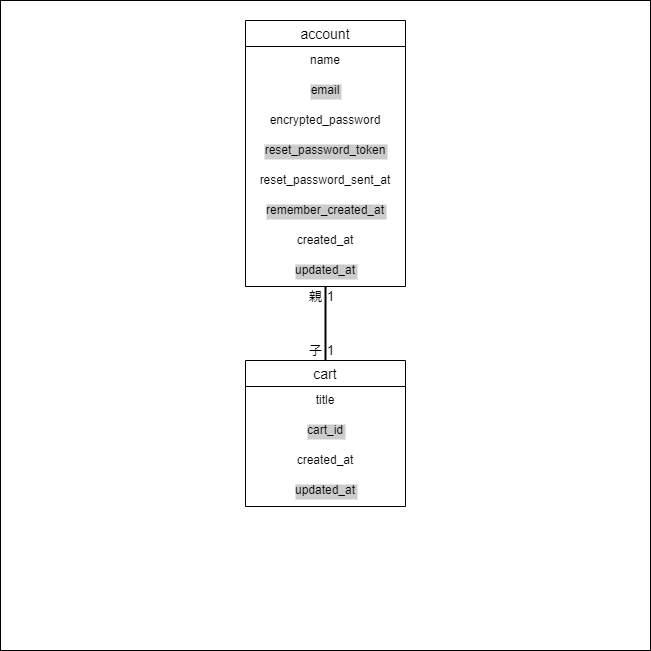
Above: データベース設計図.png in jokertennis/webapp (draw.io), before the change. Source tidied: cells renumbered, new cells last; positions are measured from the earlier drawing's top-left corner, leaving out a move shared by most shapes.
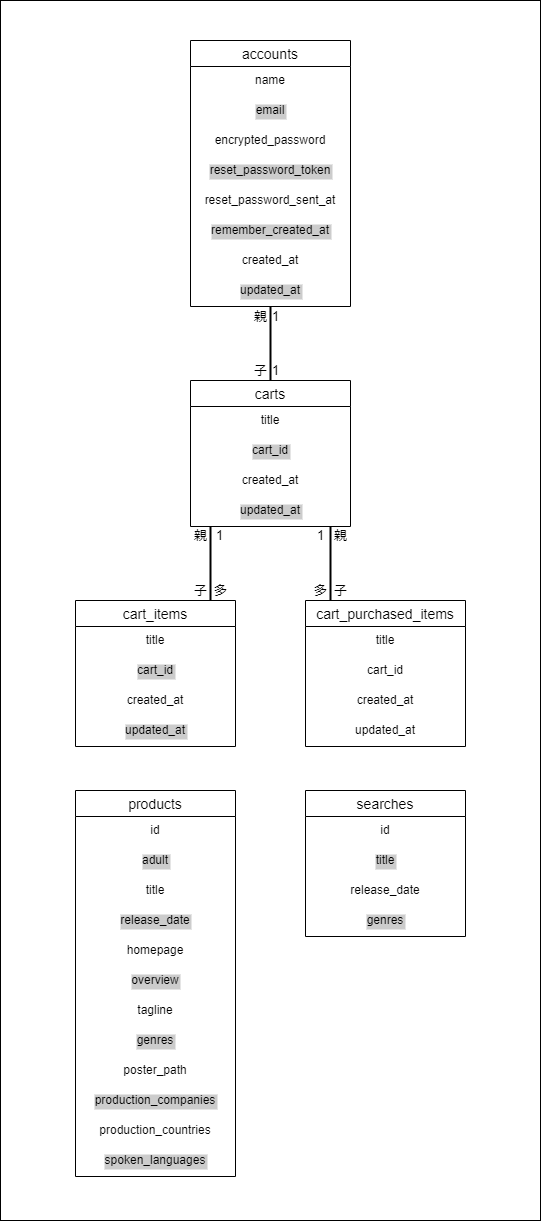
After the change.

Commit message:
Update データベース設計図.png

Change to the diagram source:
```diff
@@ -2,13 +2,13 @@
   <root>
     <mxCell id="0" />
     <mxCell id="1" parent="0" />
-    <mxCell id="2" style="whiteSpace=wrap;html=1;" parent="1" vertex="1">
-      <mxGeometry width="650" height="650" as="geometry" />
-    </mxCell>
+    <mxCell id="22" style="verticalLabelPosition=bottom;verticalAlign=top;html=1;shape=mxgraph.basic.rect;fillColor2=none;strokeWidth=1;size=20;indent=5;labelBackgroundColor=#CCCCCC;fontSize=13;align=center;" parent="1" vertex="1">
+      <mxGeometry x="55" y="-20" width="540" height="1220" as="geometry" />
+    </mxCell>
     <mxCell id="3" style="line;strokeWidth=2;direction=south;html=1;labelBackgroundColor=none;fontSize=13;align=center;" parent="1" vertex="1">
       <mxGeometry x="320" y="286" width="10" height="74" as="geometry" />
     </mxCell>
-    <mxCell id="4" value="account" style="swimlane;fontStyle=0;horizontal=1;startSize=26;align=center;fontSize=14;" parent="1" vertex="1">
+    <mxCell id="4" value="accounts" style="swimlane;fontStyle=0;horizontal=1;startSize=26;align=center;fontSize=14;" parent="1" vertex="1">
       <mxGeometry x="245" y="20" width="160" height="266" as="geometry" />
     </mxCell>
     <mxCell id="5" value="name&#10;" style="text;strokeColor=none;fillColor=none;spacingLeft=4;spacingRight=4;overflow=hidden;fontSize=12;align=center;" parent="4" vertex="1">
@@ -35,7 +35,7 @@
     <mxCell id="12" value="updated_at" style="text;strokeColor=none;fillColor=none;spacingLeft=4;spacingRight=4;overflow=hidden;fontSize=12;align=center;labelBackgroundColor=#CCCCCC;" parent="4" vertex="1">
       <mxGeometry y="236" width="160" height="30" as="geometry" />
     </mxCell>
-    <mxCell id="13" value="cart" style="swimlane;fontStyle=0;horizontal=1;startSize=26;align=center;fontSize=14;labelBackgroundColor=none;" parent="1" vertex="1">
+    <mxCell id="13" value="carts" style="swimlane;fontStyle=0;horizontal=1;startSize=26;align=center;fontSize=14;labelBackgroundColor=none;" parent="1" vertex="1">
       <mxGeometry x="245" y="360" width="160" height="146" as="geometry" />
     </mxCell>
     <mxCell id="14" value="title" style="text;strokeColor=none;fillColor=none;spacingLeft=4;spacingRight=4;overflow=hidden;fontSize=12;align=center;" parent="13" vertex="1">
@@ -62,5 +62,119 @@
     <mxCell id="21" value="子" style="text;html=1;align=center;verticalAlign=middle;fontSize=13;" parent="1" vertex="1">
       <mxGeometry x="300" y="340" width="30" height="20" as="geometry" />
     </mxCell>
+    <mxCell id="23" style="line;strokeWidth=2;direction=south;html=1;labelBackgroundColor=none;fontSize=13;align=center;" parent="1" vertex="1">
+      <mxGeometry x="260" y="506" width="10" height="74" as="geometry" />
+    </mxCell>
+    <mxCell id="24" value="cart_items" style="swimlane;fontStyle=0;horizontal=1;startSize=26;align=center;fontSize=14;labelBackgroundColor=none;" parent="1" vertex="1">
+      <mxGeometry x="130" y="580" width="160" height="146" as="geometry" />
+    </mxCell>
+    <mxCell id="25" value="title" style="text;strokeColor=none;fillColor=none;spacingLeft=4;spacingRight=4;overflow=hidden;fontSize=12;align=center;" parent="24" vertex="1">
+      <mxGeometry y="26" width="160" height="30" as="geometry" />
+    </mxCell>
+    <mxCell id="26" value="cart_id" style="text;strokeColor=none;fillColor=none;spacingLeft=4;spacingRight=4;overflow=hidden;fontSize=12;align=center;labelBackgroundColor=#CCCCCC;" parent="24" vertex="1">
+      <mxGeometry y="56" width="160" height="30" as="geometry" />
+    </mxCell>
+    <mxCell id="27" value="created_at" style="text;strokeColor=none;fillColor=none;spacingLeft=4;spacingRight=4;overflow=hidden;fontSize=12;align=center;" parent="24" vertex="1">
+      <mxGeometry y="86" width="160" height="30" as="geometry" />
+    </mxCell>
+    <mxCell id="28" value="updated_at" style="text;strokeColor=none;fillColor=none;spacingLeft=4;spacingRight=4;overflow=hidden;fontSize=12;align=center;labelBackgroundColor=#CCCCCC;" parent="24" vertex="1">
+      <mxGeometry y="116" width="160" height="30" as="geometry" />
+    </mxCell>
+    <mxCell id="29" value="cart_purchased_items" style="swimlane;fontStyle=0;horizontal=1;startSize=26;align=center;fontSize=14;labelBackgroundColor=none;" parent="1" vertex="1">
+      <mxGeometry x="360" y="580" width="160" height="146" as="geometry" />
+    </mxCell>
+    <mxCell id="30" value="title" style="text;strokeColor=none;fillColor=none;spacingLeft=4;spacingRight=4;overflow=hidden;fontSize=12;align=center;" parent="29" vertex="1">
+      <mxGeometry y="26" width="160" height="30" as="geometry" />
+    </mxCell>
+    <mxCell id="31" value="cart_id" style="text;strokeColor=none;fillColor=none;spacingLeft=4;spacingRight=4;overflow=hidden;fontSize=12;align=center;" parent="29" vertex="1">
+      <mxGeometry y="56" width="160" height="30" as="geometry" />
+    </mxCell>
+    <mxCell id="32" value="created_at" style="text;strokeColor=none;fillColor=none;spacingLeft=4;spacingRight=4;overflow=hidden;fontSize=12;align=center;" parent="29" vertex="1">
+      <mxGeometry y="86" width="160" height="30" as="geometry" />
+    </mxCell>
+    <mxCell id="33" value="updated_at" style="text;strokeColor=none;fillColor=none;spacingLeft=4;spacingRight=4;overflow=hidden;fontSize=12;align=center;" parent="29" vertex="1">
+      <mxGeometry y="116" width="160" height="30" as="geometry" />
+    </mxCell>
+    <mxCell id="34" style="line;strokeWidth=2;direction=south;html=1;labelBackgroundColor=none;fontSize=13;align=center;" parent="1" vertex="1">
+      <mxGeometry x="380" y="506" width="10" height="74" as="geometry" />
+    </mxCell>
+    <mxCell id="35" value="products" style="swimlane;fontStyle=0;horizontal=1;startSize=26;align=center;fontSize=14;labelBackgroundColor=none;" parent="1" vertex="1">
+      <mxGeometry x="130" y="770" width="160" height="386" as="geometry" />
+    </mxCell>
+    <mxCell id="36" value="id" style="text;strokeColor=none;fillColor=none;spacingLeft=4;spacingRight=4;overflow=hidden;fontSize=12;align=center;" parent="35" vertex="1">
+      <mxGeometry y="26" width="160" height="30" as="geometry" />
+    </mxCell>
+    <mxCell id="37" value="adult" style="text;strokeColor=none;fillColor=none;spacingLeft=4;spacingRight=4;overflow=hidden;fontSize=12;align=center;labelBackgroundColor=#CCCCCC;" parent="35" vertex="1">
+      <mxGeometry y="56" width="160" height="30" as="geometry" />
+    </mxCell>
+    <mxCell id="38" value="title" style="text;strokeColor=none;fillColor=none;spacingLeft=4;spacingRight=4;overflow=hidden;fontSize=12;align=center;" parent="35" vertex="1">
+      <mxGeometry y="86" width="160" height="30" as="geometry" />
+    </mxCell>
+    <mxCell id="39" value="release_date" style="text;strokeColor=none;fillColor=none;spacingLeft=4;spacingRight=4;overflow=hidden;fontSize=12;align=center;labelBackgroundColor=#CCCCCC;" parent="35" vertex="1">
+      <mxGeometry y="116" width="160" height="30" as="geometry" />
+    </mxCell>
+    <mxCell id="40" value="homepage" style="text;strokeColor=none;fillColor=none;spacingLeft=4;spacingRight=4;overflow=hidden;fontSize=12;align=center;" parent="35" vertex="1">
+      <mxGeometry y="146" width="160" height="30" as="geometry" />
+    </mxCell>
+    <mxCell id="41" value="overview" style="text;strokeColor=none;fillColor=none;spacingLeft=4;spacingRight=4;overflow=hidden;fontSize=12;align=center;labelBackgroundColor=#CCCCCC;" parent="35" vertex="1">
+      <mxGeometry y="176" width="160" height="30" as="geometry" />
+    </mxCell>
+    <mxCell id="42" value="tagline" style="text;strokeColor=none;fillColor=none;spacingLeft=4;spacingRight=4;overflow=hidden;fontSize=12;align=center;" parent="35" vertex="1">
+      <mxGeometry y="206" width="160" height="30" as="geometry" />
+    </mxCell>
+    <mxCell id="43" value="genres" style="text;strokeColor=none;fillColor=none;spacingLeft=4;spacingRight=4;overflow=hidden;fontSize=12;align=center;labelBackgroundColor=#CCCCCC;" parent="35" vertex="1">
+      <mxGeometry y="236" width="160" height="30" as="geometry" />
+    </mxCell>
+    <mxCell id="44" value="poster_path" style="text;strokeColor=none;fillColor=none;spacingLeft=4;spacingRight=4;overflow=hidden;fontSize=12;align=center;" parent="35" vertex="1">
+      <mxGeometry y="266" width="160" height="30" as="geometry" />
+    </mxCell>
+    <mxCell id="45" value="production_companies" style="text;strokeColor=none;fillColor=none;spacingLeft=4;spacingRight=4;overflow=hidden;fontSize=12;align=center;labelBackgroundColor=#CCCCCC;" parent="35" vertex="1">
+      <mxGeometry y="296" width="160" height="30" as="geometry" />
+    </mxCell>
+    <mxCell id="46" value="production_countries" style="text;strokeColor=none;fillColor=none;spacingLeft=4;spacingRight=4;overflow=hidden;fontSize=12;align=center;" parent="35" vertex="1">
+      <mxGeometry y="326" width="160" height="30" as="geometry" />
+    </mxCell>
+    <mxCell id="47" value="spoken_languages" style="text;strokeColor=none;fillColor=none;spacingLeft=4;spacingRight=4;overflow=hidden;fontSize=12;align=center;labelBackgroundColor=#CCCCCC;" parent="35" vertex="1">
+      <mxGeometry y="356" width="160" height="30" as="geometry" />
+    </mxCell>
+    <mxCell id="48" value="1" style="text;html=1;align=center;verticalAlign=middle;fontSize=13;" parent="1" vertex="1">
+      <mxGeometry x="264" y="505" width="20" height="20" as="geometry" />
+    </mxCell>
+    <mxCell id="49" value="1" style="text;html=1;align=center;verticalAlign=middle;fontSize=13;" parent="1" vertex="1">
+      <mxGeometry x="365" y="505" width="20" height="20" as="geometry" />
+    </mxCell>
+    <mxCell id="50" value="多" style="text;html=1;align=center;verticalAlign=middle;fontSize=13;" parent="1" vertex="1">
+      <mxGeometry x="260" y="560" width="30" height="20" as="geometry" />
+    </mxCell>
+    <mxCell id="51" value="多" style="text;html=1;align=center;verticalAlign=middle;fontSize=13;" parent="1" vertex="1">
+      <mxGeometry x="360" y="560" width="30" height="20" as="geometry" />
+    </mxCell>
+    <mxCell id="52" value="親" style="text;html=1;align=center;verticalAlign=middle;fontSize=13;" parent="1" vertex="1">
+      <mxGeometry x="240" y="505" width="30" height="20" as="geometry" />
+    </mxCell>
+    <mxCell id="53" value="親" style="text;html=1;align=center;verticalAlign=middle;fontSize=13;" parent="1" vertex="1">
+      <mxGeometry x="380" y="505" width="30" height="20" as="geometry" />
+    </mxCell>
+    <mxCell id="54" value="子" style="text;html=1;align=center;verticalAlign=middle;fontSize=13;" parent="1" vertex="1">
+      <mxGeometry x="240" y="560" width="30" height="20" as="geometry" />
+    </mxCell>
+    <mxCell id="55" value="子" style="text;html=1;align=center;verticalAlign=middle;fontSize=13;" parent="1" vertex="1">
+      <mxGeometry x="380" y="560" width="30" height="20" as="geometry" />
+    </mxCell>
+    <mxCell id="56" value="searches" style="swimlane;fontStyle=0;horizontal=1;startSize=26;align=center;fontSize=14;labelBackgroundColor=none;" parent="1" vertex="1">
+      <mxGeometry x="360" y="770" width="160" height="146" as="geometry" />
+    </mxCell>
+    <mxCell id="57" value="id" style="text;strokeColor=none;fillColor=none;spacingLeft=4;spacingRight=4;overflow=hidden;fontSize=12;align=center;" parent="56" vertex="1">
+      <mxGeometry y="26" width="160" height="30" as="geometry" />
+    </mxCell>
+    <mxCell id="58" value="title" style="text;strokeColor=none;fillColor=none;spacingLeft=4;spacingRight=4;overflow=hidden;fontSize=12;align=center;labelBackgroundColor=#CCCCCC;" parent="56" vertex="1">
+      <mxGeometry y="56" width="160" height="30" as="geometry" />
+    </mxCell>
+    <mxCell id="59" value="release_date" style="text;strokeColor=none;fillColor=none;spacingLeft=4;spacingRight=4;overflow=hidden;fontSize=12;align=center;" parent="56" vertex="1">
+      <mxGeometry y="86" width="160" height="30" as="geometry" />
+    </mxCell>
+    <mxCell id="60" value="genres" style="text;strokeColor=none;fillColor=none;spacingLeft=4;spacingRight=4;overflow=hidden;fontSize=12;align=center;labelBackgroundColor=#CCCCCC;" parent="56" vertex="1">
+      <mxGeometry y="116" width="160" height="30" as="geometry" />
+    </mxCell>
   </root>
 </mxGraphModel>
```
